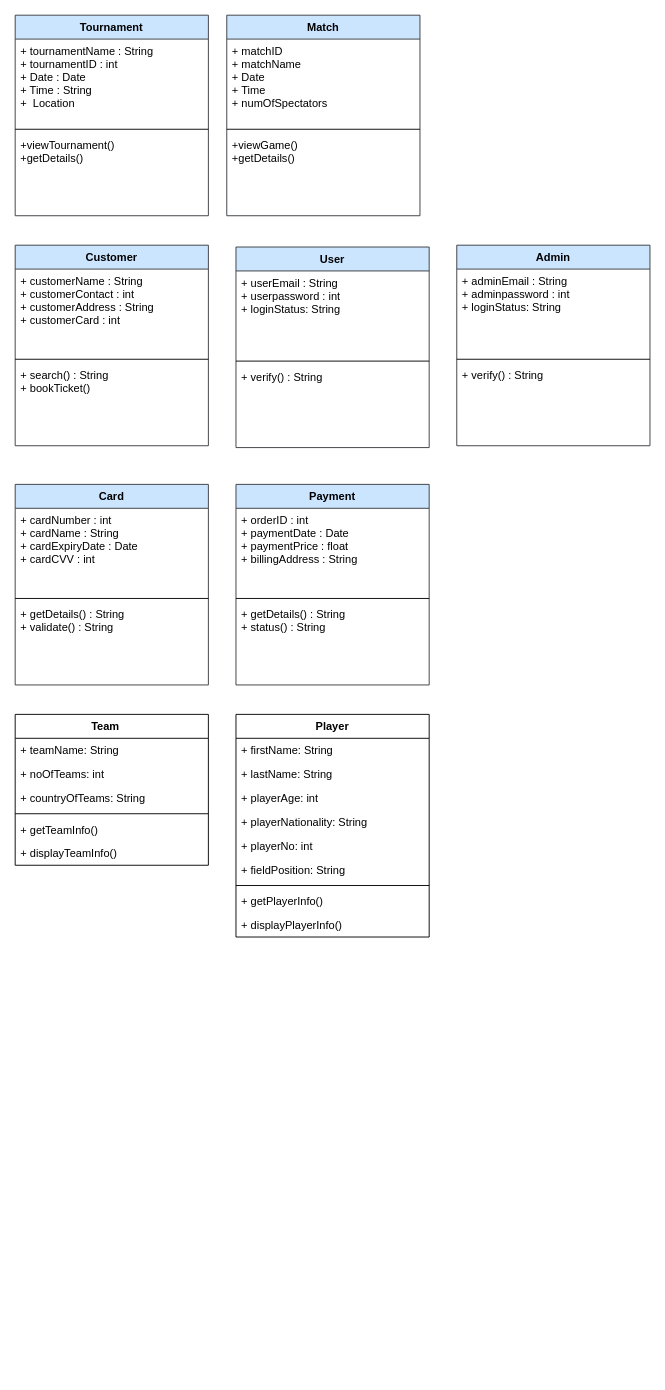
mlvl974/SportsEventSystem keeps this draw.io diagram as SES_Class.drawio. Above is the earlier version. Source tidied: cells renumbered, new cells numbered last; positions are measured from the earlier drawing's top-left corner, leaving out a move shared by most shapes. Both pictures are drawn from the tidied source at 92%, with x=0, y=0 at pixel (15, 15).
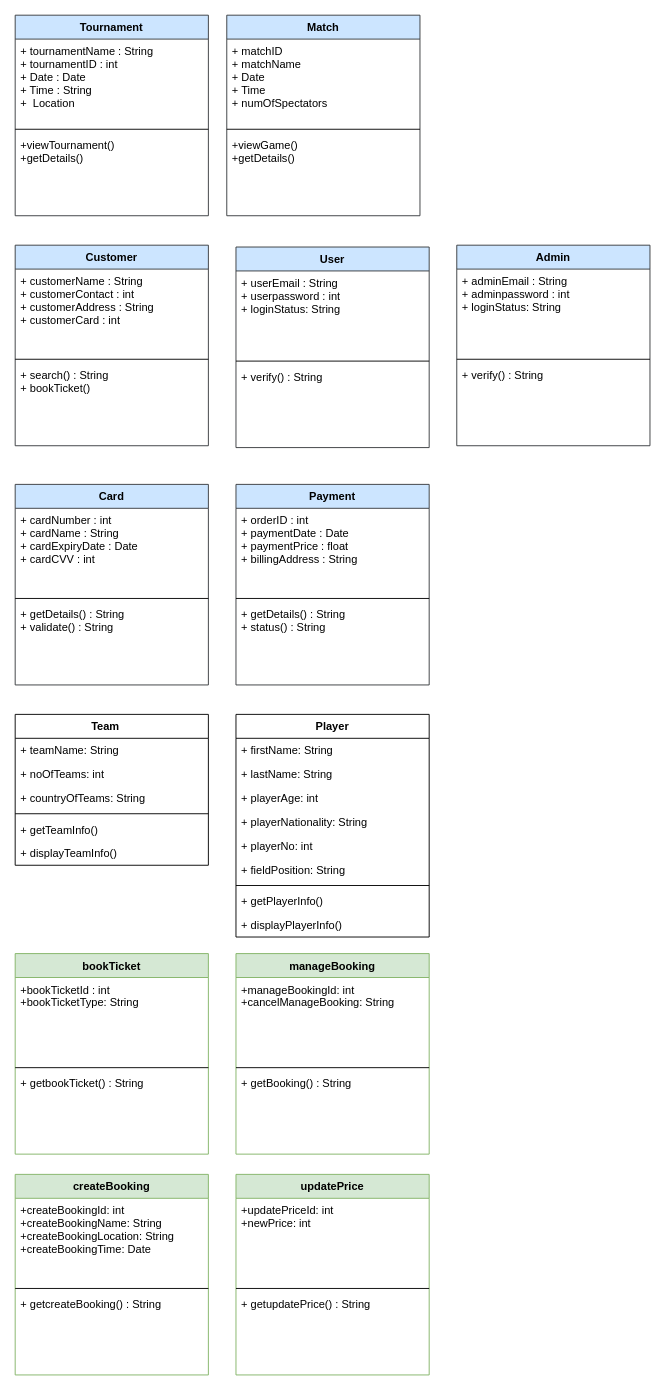
The same page after the edit.

Change to the diagram source:
```diff
@@
+    <mxCell id="47" value="manageBooking" style="swimlane;fontStyle=1;align=center;verticalAlign=top;horizontal=1;startSize=26;fillColor=#d5e8d4;strokeColor=#82b366;" parent="1" vertex="1">
+      <mxGeometry x="240" y="1020" width="210" height="218" as="geometry" />
+    </mxCell>
+    <mxCell id="48" value="+manageBookingId: int&#10;+cancelManageBooking: String&#10;" style="text;strokeColor=none;fillColor=none;align=left;verticalAlign=top;spacingLeft=4;spacingRight=4;overflow=hidden;" parent="47" vertex="1">
+      <mxGeometry y="26" width="210" height="94" as="geometry" />
+    </mxCell>
+    <mxCell id="49" style="line;strokeWidth=1;fillColor=none;align=left;verticalAlign=middle;spacingTop=-1;spacingLeft=3;spacingRight=3;labelPosition=right;" parent="47" vertex="1">
+      <mxGeometry y="120" width="210" height="8" as="geometry" />
+    </mxCell>
+    <mxCell id="50" value="+ getBooking() : String" style="text;strokeColor=none;fillColor=none;align=left;verticalAlign=top;spacingLeft=4;spacingRight=4;overflow=hidden;fontColor=#000000;" parent="47" vertex="1">
+      <mxGeometry y="128" width="210" height="90" as="geometry" />
+    </mxCell>
+    <mxCell id="51" value="bookTicket" style="swimlane;fontStyle=1;align=center;verticalAlign=top;horizontal=1;startSize=26;fillColor=#d5e8d4;strokeColor=#82b366;" parent="1" vertex="1">
+      <mxGeometry y="1020" width="210" height="218" as="geometry" />
+    </mxCell>
+    <mxCell id="52" value="+bookTicketId : int&#10;+bookTicketType: String&#10;" style="text;strokeColor=none;fillColor=none;align=left;verticalAlign=top;spacingLeft=4;spacingRight=4;overflow=hidden;" parent="51" vertex="1">
+      <mxGeometry y="26" width="210" height="94" as="geometry" />
+    </mxCell>
+    <mxCell id="53" style="line;strokeWidth=1;fillColor=none;align=left;verticalAlign=middle;spacingTop=-1;spacingLeft=3;spacingRight=3;labelPosition=right;" parent="51" vertex="1">
+      <mxGeometry y="120" width="210" height="8" as="geometry" />
+    </mxCell>
+    <mxCell id="54" value="+ getbookTicket() : String&#10;" style="text;strokeColor=none;fillColor=none;align=left;verticalAlign=top;spacingLeft=4;spacingRight=4;overflow=hidden;fontColor=#000000;" parent="51" vertex="1">
+      <mxGeometry y="128" width="210" height="90" as="geometry" />
+    </mxCell>
+    <mxCell id="55" value="updatePrice" style="swimlane;fontStyle=1;align=center;verticalAlign=top;horizontal=1;startSize=26;fillColor=#d5e8d4;strokeColor=#82b366;" parent="1" vertex="1">
+      <mxGeometry x="240" y="1260" width="210" height="218" as="geometry" />
+    </mxCell>
+    <mxCell id="56" value="+updatePriceId: int &#10;+newPrice: int&#10;&#10;" style="text;strokeColor=none;fillColor=none;align=left;verticalAlign=top;spacingLeft=4;spacingRight=4;overflow=hidden;" parent="55" vertex="1">
+      <mxGeometry y="26" width="210" height="94" as="geometry" />
+    </mxCell>
+    <mxCell id="57" style="line;strokeWidth=1;fillColor=none;align=left;verticalAlign=middle;spacingTop=-1;spacingLeft=3;spacingRight=3;labelPosition=right;" parent="55" vertex="1">
+      <mxGeometry y="120" width="210" height="8" as="geometry" />
+    </mxCell>
+    <mxCell id="58" value="+ getupdatePrice() : String" style="text;strokeColor=none;fillColor=none;align=left;verticalAlign=top;spacingLeft=4;spacingRight=4;overflow=hidden;fontColor=#000000;" parent="55" vertex="1">
+      <mxGeometry y="128" width="210" height="90" as="geometry" />
+    </mxCell>
+    <mxCell id="59" value="createBooking" style="swimlane;fontStyle=1;align=center;verticalAlign=top;horizontal=1;startSize=26;fillColor=#d5e8d4;strokeColor=#82b366;" parent="1" vertex="1">
+      <mxGeometry y="1260" width="210" height="218" as="geometry" />
+    </mxCell>
+    <mxCell id="60" value="+createBookingId: int &#10;+createBookingName: String&#10;+createBookingLocation: String&#10;+createBookingTime: Date" style="text;strokeColor=none;fillColor=none;align=left;verticalAlign=top;spacingLeft=4;spacingRight=4;overflow=hidden;" parent="59" vertex="1">
+      <mxGeometry y="26" width="210" height="94" as="geometry" />
+    </mxCell>
+    <mxCell id="61" style="line;strokeWidth=1;fillColor=none;align=left;verticalAlign=middle;spacingTop=-1;spacingLeft=3;spacingRight=3;labelPosition=right;" parent="59" vertex="1">
+      <mxGeometry y="120" width="210" height="8" as="geometry" />
+    </mxCell>
+    <mxCell id="62" value="+ getcreateBooking() : String&#10;" style="text;strokeColor=none;fillColor=none;align=left;verticalAlign=top;spacingLeft=4;spacingRight=4;overflow=hidden;fontColor=#000000;" parent="59" vertex="1">
+      <mxGeometry y="128" width="210" height="90" as="geometry" />
+    </mxCell>
```
